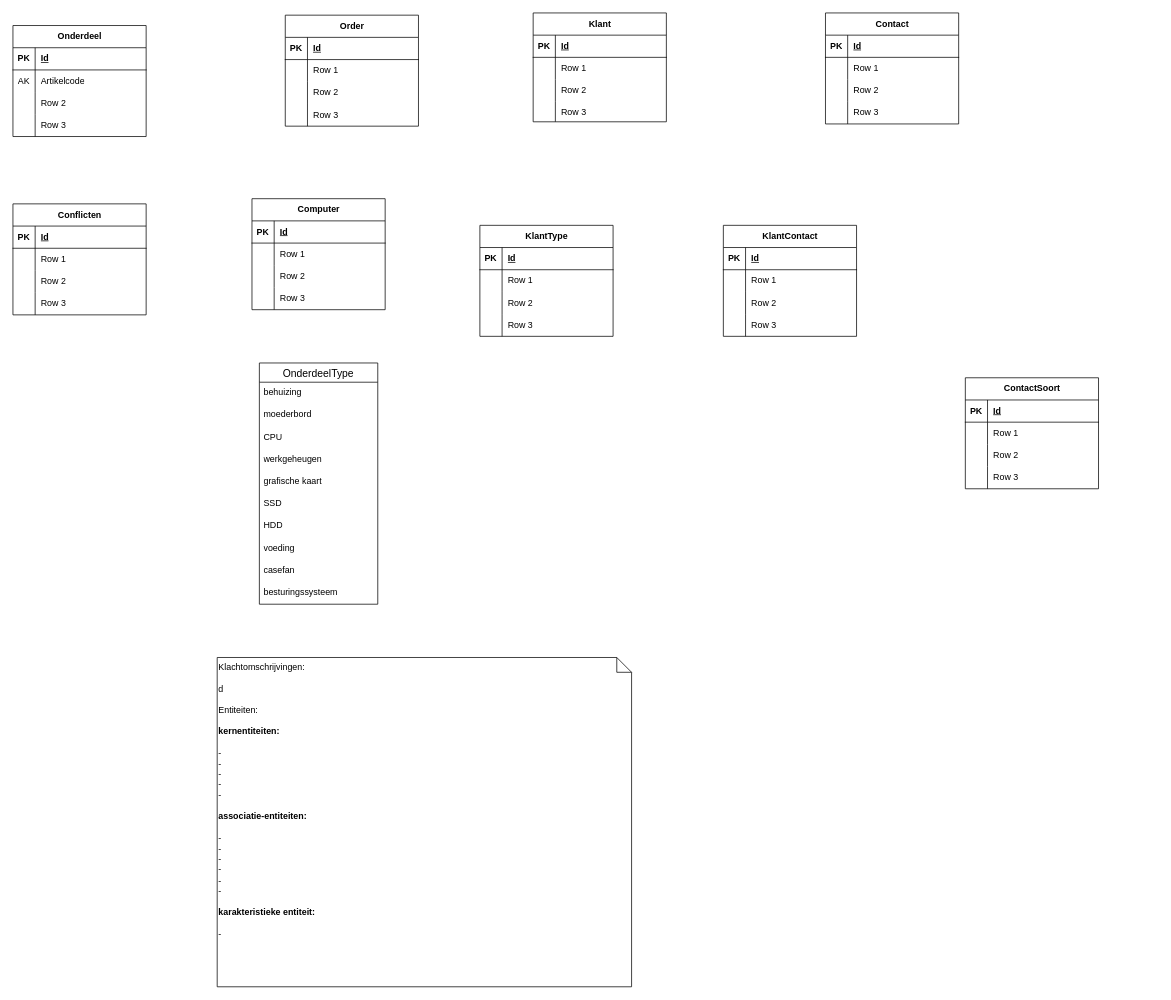
Above: Project Database/1_Project_ERD/Bouwcontrole ERD.drawio in PJPRORL/Databases-ZC0229---WT-2025- (draw.io), before the change. Source tidied: cells renumbered, new cells numbered last; positions are measured from the earlier drawing's top-left corner, leaving out a move shared by most shapes. Both pictures are drawn from the tidied source at 74%, with x=0, y=0 at pixel (13, 13).
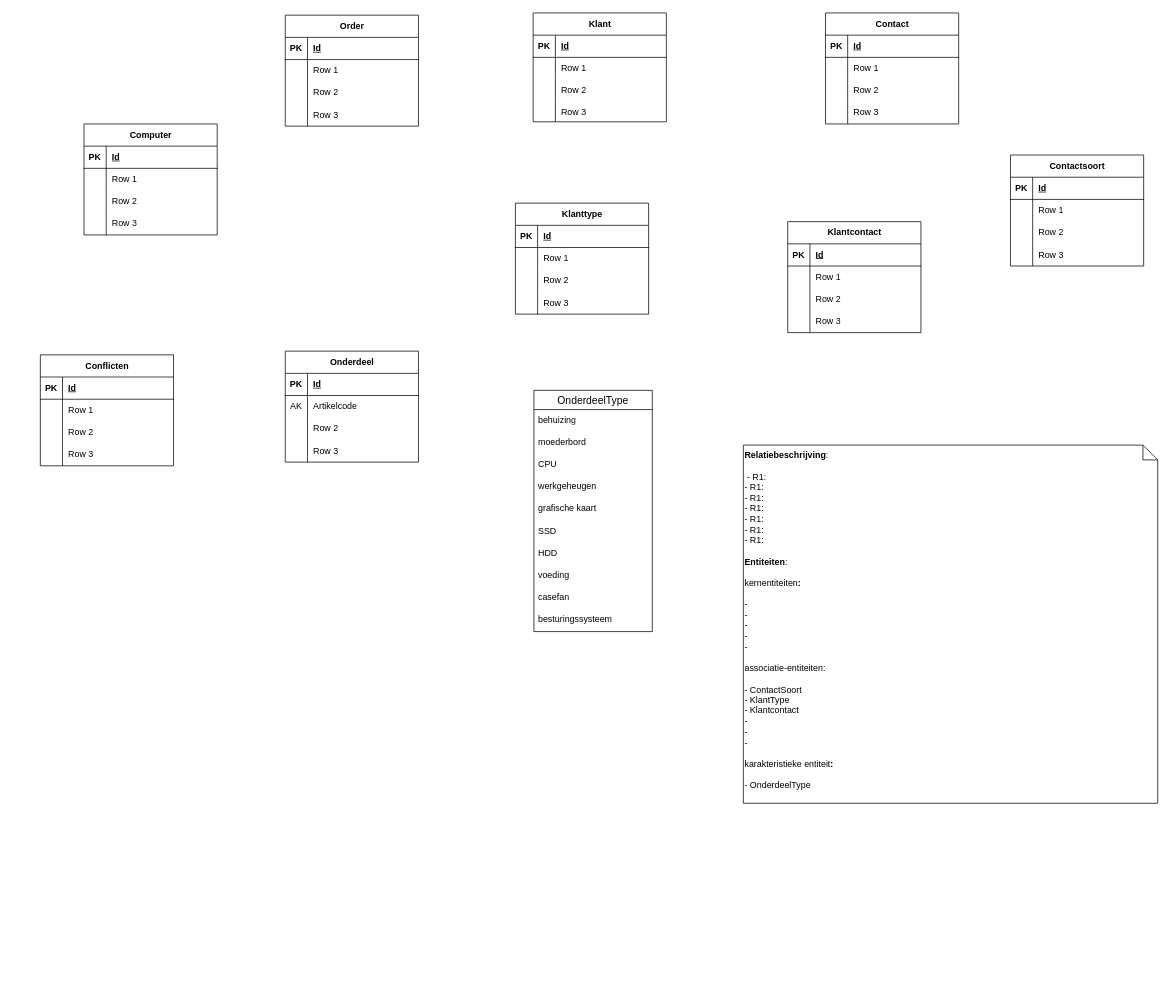
Above is the later version.

Commit message (it also covers changes not shown here):
Upload updatet project template and upload of updatet ERD

What changed in the source:
```diff
@@
     <mxCell id="2" value="Computer" style="shape=table;startSize=30;childLayout=tableLayout;rowLines=0;fontStyle=1;align=center;html=1;" parent="1" vertex="1">
-      <mxGeometry x="323" y="251" width="180" height="150" as="geometry" />
+      <mxGeometry x="96" y="150" width="180" height="150" as="geometry" />
     </mxCell>
@@
-    <mxCell id="15" value="KlantContact" style="shape=table;startSize=30;childLayout=tableLayout;rowLines=0;fontStyle=1;align=center;html=1;" parent="1" vertex="1">
-      <mxGeometry x="960" y="287" width="180" height="150" as="geometry" />
+    <mxCell id="15" value="Klantcontact" style="shape=table;startSize=30;childLayout=tableLayout;rowLines=0;fontStyle=1;align=center;html=1;" parent="1" vertex="1">
+      <mxGeometry x="1047" y="282" width="180" height="150" as="geometry" />
     </mxCell>
@@
     <mxCell id="54" value="Onderdeel" style="shape=table;startSize=30;childLayout=tableLayout;rowLines=0;fontStyle=1;align=center;html=1;" parent="1" vertex="1">
-      <mxGeometry y="17" width="180" height="150" as="geometry" />
+      <mxGeometry x="368" y="457" width="180" height="150" as="geometry" />
     </mxCell>
@@
-    <mxCell id="67" value="Klachtomschrijvingen:&lt;div&gt;&lt;br&gt;&lt;/div&gt;&lt;div&gt;d&lt;/div&gt;&lt;div&gt;&lt;br&gt;&lt;/div&gt;&lt;div&gt;Entiteiten:&lt;/div&gt;&lt;div&gt;&lt;br&gt;&lt;/div&gt;&lt;div&gt;&lt;b&gt;kernentiteiten:&lt;/b&gt;&lt;/div&gt;&lt;div&gt;&lt;br&gt;&lt;/div&gt;&lt;div&gt;-&amp;nbsp;&lt;/div&gt;&lt;div&gt;-&amp;nbsp;&lt;/div&gt;&lt;div&gt;-&amp;nbsp;&lt;/div&gt;&lt;div&gt;-&amp;nbsp;&lt;/div&gt;&lt;div&gt;-&amp;nbsp;&lt;/div&gt;&lt;div&gt;&lt;br&gt;&lt;/div&gt;&lt;div&gt;&lt;b&gt;associatie-entiteiten:&lt;/b&gt;&lt;/div&gt;&lt;div&gt;&lt;br&gt;&lt;/div&gt;&lt;div&gt;-&amp;nbsp;&lt;/div&gt;&lt;div&gt;-&amp;nbsp;&lt;/div&gt;&lt;div&gt;-&amp;nbsp;&lt;/div&gt;&lt;div&gt;-&amp;nbsp;&lt;/div&gt;&lt;div&gt;-&amp;nbsp;&lt;/div&gt;&lt;div&gt;-&amp;nbsp;&lt;/div&gt;&lt;div&gt;&lt;br&gt;&lt;/div&gt;&lt;div&gt;&lt;b&gt;karakteristieke entiteit:&lt;/b&gt;&lt;/div&gt;&lt;div&gt;&lt;br&gt;&lt;/div&gt;&lt;div&gt;-&amp;nbsp;&lt;/div&gt;" style="shape=note;size=20;whiteSpace=wrap;html=1;verticalAlign=top;align=left;" parent="1" vertex="1">
-      <mxGeometry x="276" y="871" width="560" height="445" as="geometry" />
+    <mxCell id="67" value="&lt;b&gt;Relatiebeschrijving&lt;/b&gt;:&lt;div&gt;&lt;br&gt;&lt;/div&gt;&lt;div&gt;&amp;nbsp;- R1:&amp;nbsp;&lt;/div&gt;&lt;div&gt;- R1:&amp;nbsp;&lt;/div&gt;&lt;div&gt;- R1:&amp;nbsp;&lt;/div&gt;&lt;div&gt;- R1:&amp;nbsp;&lt;/div&gt;&lt;div&gt;- R1:&amp;nbsp;&lt;/div&gt;&lt;div&gt;- R1:&amp;nbsp;&lt;/div&gt;&lt;div&gt;- R1:&amp;nbsp;&lt;/div&gt;&lt;div&gt;&lt;br&gt;&lt;/div&gt;&lt;div&gt;&lt;b&gt;Entiteiten&lt;/b&gt;:&lt;/div&gt;&lt;div&gt;&lt;br&gt;&lt;/div&gt;&lt;div&gt;kernentiteiten&lt;b&gt;:&lt;/b&gt;&lt;/div&gt;&lt;div&gt;&lt;br&gt;&lt;/div&gt;&lt;div&gt;-&amp;nbsp;&lt;/div&gt;&lt;div&gt;-&amp;nbsp;&lt;/div&gt;&lt;div&gt;-&amp;nbsp;&lt;/div&gt;&lt;div&gt;-&amp;nbsp;&lt;/div&gt;&lt;div&gt;-&amp;nbsp;&lt;/div&gt;&lt;div&gt;&lt;br&gt;&lt;/div&gt;&lt;div&gt;associatie-entiteiten:&lt;/div&gt;&lt;div&gt;&lt;br&gt;&lt;/div&gt;&lt;div&gt;-&amp;nbsp;ContactSoort&lt;/div&gt;&lt;div&gt;- KlantType&lt;/div&gt;&lt;div&gt;- Klantcontact&lt;/div&gt;&lt;div&gt;-&amp;nbsp;&lt;/div&gt;&lt;div&gt;-&amp;nbsp;&lt;/div&gt;&lt;div&gt;-&amp;nbsp;&lt;/div&gt;&lt;div&gt;&lt;br&gt;&lt;/div&gt;&lt;div&gt;karakteristieke entiteit&lt;b&gt;:&lt;/b&gt;&lt;/div&gt;&lt;div&gt;&lt;br&gt;&lt;/div&gt;&lt;div&gt;- OnderdeelType&lt;/div&gt;" style="shape=note;size=20;whiteSpace=wrap;html=1;verticalAlign=top;align=left;" parent="1" vertex="1">
+      <mxGeometry x="987" y="584" width="560" height="484" as="geometry" />
     </mxCell>
     <mxCell id="68" value="Conflicten" style="shape=table;startSize=30;childLayout=tableLayout;rowLines=0;fontStyle=1;align=center;html=1;" parent="1" vertex="1">
-      <mxGeometry y="258" width="180" height="150" as="geometry" />
+      <mxGeometry x="37" y="462" width="180" height="150" as="geometry" />
     </mxCell>
@@
-    <mxCell id="81" value="KlantType" style="shape=table;startSize=30;childLayout=tableLayout;rowLines=0;fontStyle=1;align=center;html=1;" parent="1" vertex="1">
-      <mxGeometry x="631" y="287" width="180" height="150" as="geometry" />
+    <mxCell id="81" value="Klanttype" style="shape=table;startSize=30;childLayout=tableLayout;rowLines=0;fontStyle=1;align=center;html=1;" parent="1" vertex="1">
+      <mxGeometry x="679" y="257" width="180" height="150" as="geometry" />
     </mxCell>
@@
-    <mxCell id="107" value="ContactSoort" style="shape=table;startSize=30;childLayout=tableLayout;rowLines=0;fontStyle=1;align=center;html=1;" parent="1" vertex="1">
-      <mxGeometry x="1287" y="493" width="180" height="150" as="geometry" />
+    <mxCell id="107" value="Contactsoort" style="shape=table;startSize=30;childLayout=tableLayout;rowLines=0;fontStyle=1;align=center;html=1;" parent="1" vertex="1">
+      <mxGeometry x="1348" y="192" width="180" height="150" as="geometry" />
     </mxCell>
@@
     <mxCell id="120" value="OnderdeelType" style="swimlane;fontStyle=0;horizontal=1;startSize=26;align=center;fontSize=14;" parent="1" vertex="1">
-      <mxGeometry x="333" y="473" width="160" height="326" as="geometry" />
+      <mxGeometry x="704" y="510" width="160" height="326" as="geometry" />
     </mxCell>
```
